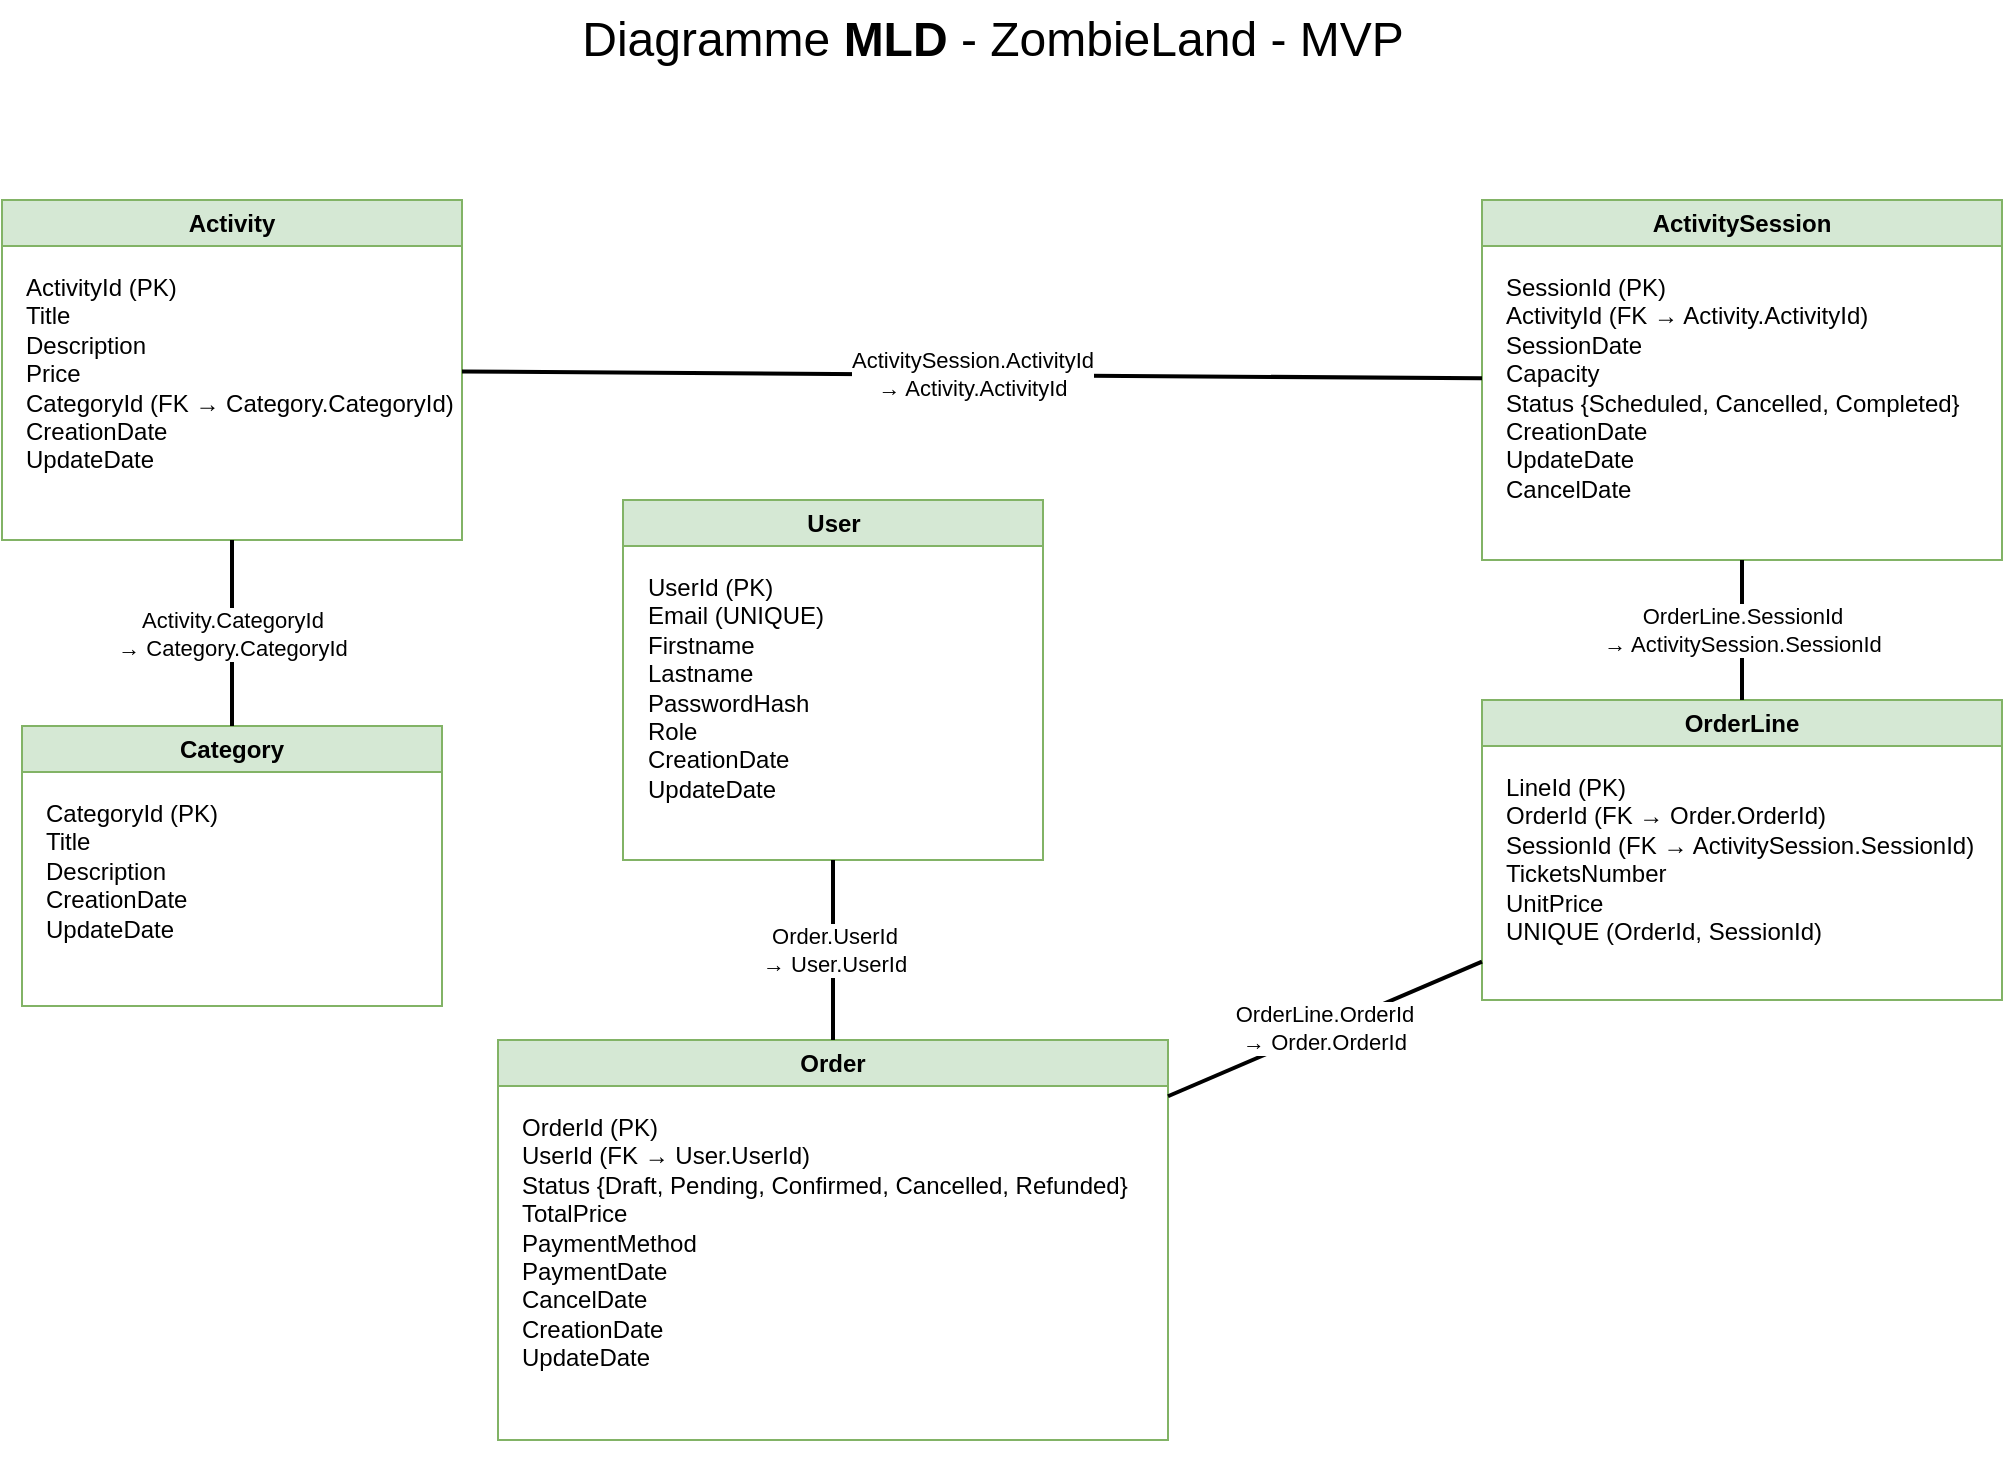
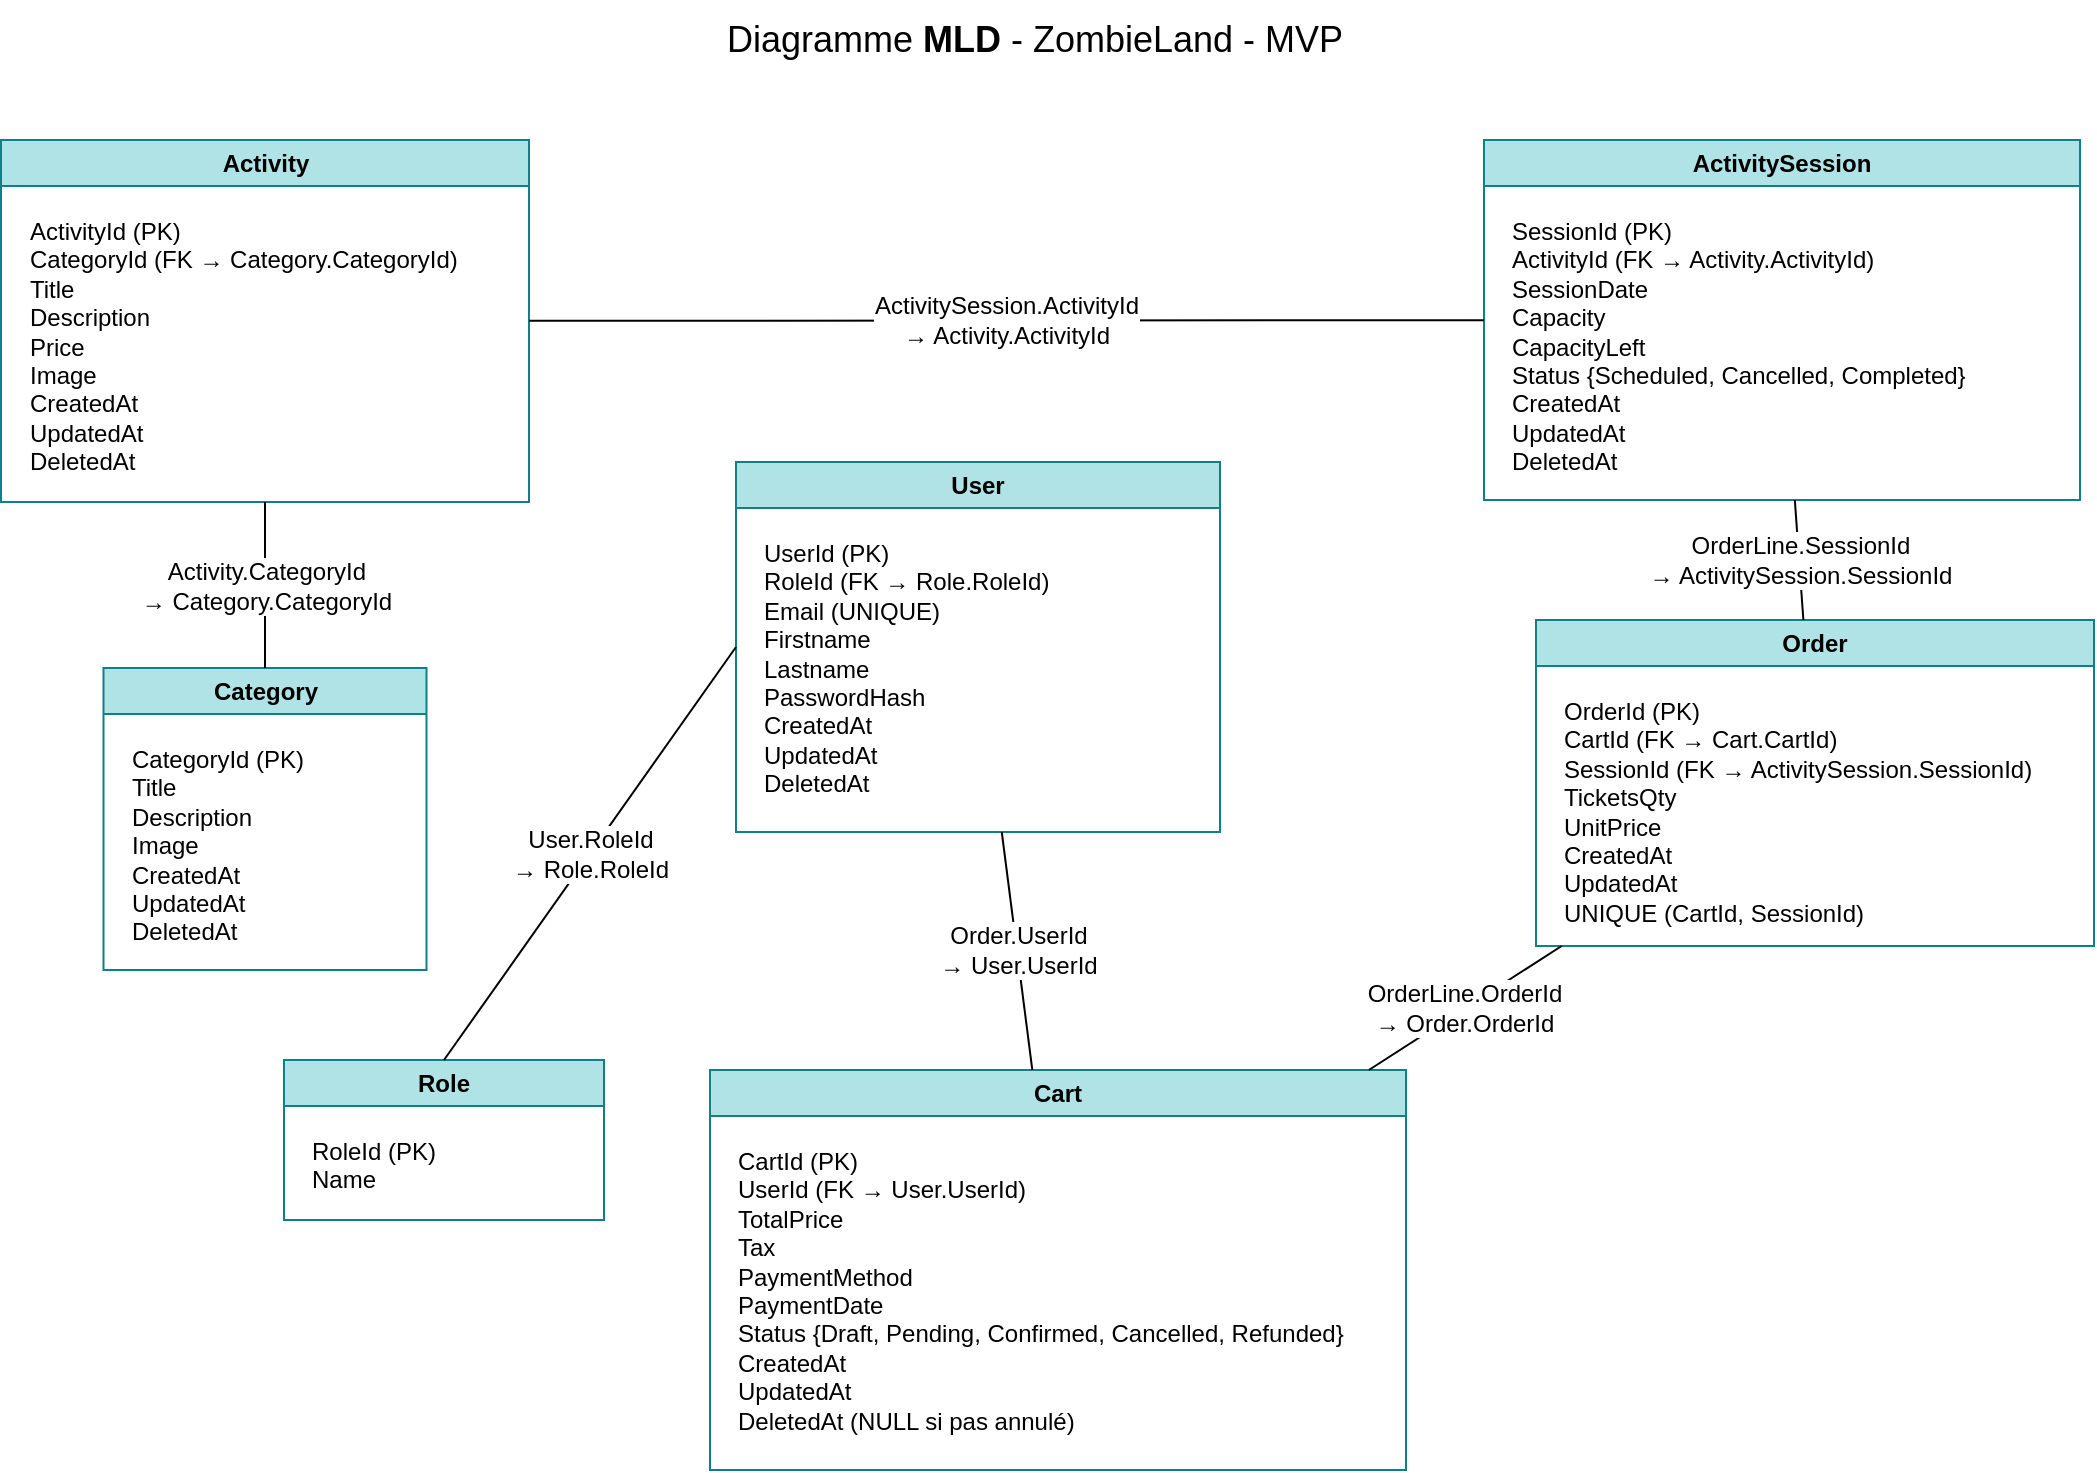
- <mxfile host="65bd71144e">
+ <mxfile host="65bd71144e" scale="1.5" border="30">
    <diagram id="fsbzk8zL0QScQSCVCOah" name="Page-1">
-         <mxGraphModel dx="1498" dy="1361" grid="1" gridSize="10" guides="1" tooltips="1" connect="1" arrows="1" fold="1" page="1" pageScale="1" pageWidth="1169" pageHeight="827" background="#ffffff" math="0" shadow="0">
+         <mxGraphModel dx="1119" dy="1157" grid="0" gridSize="10" guides="1" tooltips="1" connect="1" arrows="1" fold="1" page="1" pageScale="1" pageWidth="1169" pageHeight="827" background="#ffffff" math="0" shadow="0">
            <root>
                <mxCell id="0"/>
                <mxCell id="1" parent="0"/>
-                 <mxCell id="t0" value="&lt;span style=&quot;font-weight: normal;&quot;&gt;Diagramme &lt;/span&gt;MLD &lt;span style=&quot;font-weight: normal;&quot;&gt;- ZombieLand - MVP&lt;/span&gt;" style="text;strokeColor=none;fillColor=none;html=1;fontSize=24;fontStyle=1;verticalAlign=middle;align=center;" vertex="1" parent="1">
-                     <mxGeometry x="360" y="50" width="450" height="40" as="geometry"/>
+                 <mxCell id="t0" value="&lt;span style=&quot;font-weight: normal;&quot;&gt;Diagramme &lt;/span&gt;MLD &lt;span style=&quot;font-weight: normal;&quot;&gt;- ZombieLand - MVP&lt;/span&gt;" style="text;strokeColor=none;fillColor=none;html=1;fontSize=18;fontStyle=1;verticalAlign=middle;align=center;fontColor=#000000;fontFamily=Helvetica;" parent="1" vertex="1">
+                     <mxGeometry x="360" y="40" width="450" height="40" as="geometry"/>
                </mxCell>
-                 <mxCell id="c_tbl" value="Category" style="swimlane;whiteSpace=wrap;html=1;fillColor=#d5e8d4;strokeColor=#82b366;shadow=0;rounded=0;swimlaneLine=1;fontStyle=1;" vertex="1" parent="1">
-                     <mxGeometry x="100" y="413" width="210" height="140" as="geometry"/>
+                 <mxCell id="c_tbl" value="Category" style="swimlane;whiteSpace=wrap;html=1;fillColor=#b0e3e6;shadow=0;rounded=0;swimlaneLine=1;fontStyle=1;fontSize=12;align=center;fontFamily=Helvetica;strokeColor=#0e8088;" parent="1" vertex="1">
+                     <mxGeometry x="119.75" y="374" width="161.5" height="151" as="geometry"/>
                </mxCell>
-                 <mxCell id="c_cols" value="CategoryId (PK)&lt;br&gt;Title&lt;br&gt;Description&lt;br&gt;CreationDate&lt;br&gt;UpdateDate" style="text;html=1;align=left;verticalAlign=top;resizable=0;points=[];autosize=1;strokeColor=none;fillColor=none;" vertex="1" parent="c_tbl">
-                     <mxGeometry x="10" y="30" width="180" height="130" as="geometry"/>
+                 <mxCell id="c_cols" value="&lt;div&gt;&lt;font style=&quot;color: light-dark(rgb(0, 0, 0), rgb(0, 0, 0));&quot;&gt;CategoryId (PK)&lt;/font&gt;&lt;/div&gt;&lt;div&gt;&lt;font style=&quot;color: light-dark(rgb(0, 0, 0), rgb(0, 0, 0));&quot;&gt;Title&lt;/font&gt;&lt;/div&gt;&lt;div&gt;&lt;font style=&quot;color: light-dark(rgb(0, 0, 0), rgb(0, 0, 0));&quot;&gt;Description&lt;/font&gt;&lt;/div&gt;&lt;div&gt;&lt;font style=&quot;color: light-dark(rgb(0, 0, 0), rgb(0, 0, 0));&quot;&gt;Image&lt;/font&gt;&lt;/div&gt;&lt;div&gt;&lt;div style=&quot;color: rgb(63, 63, 63); scrollbar-color: rgb(226, 226, 226) rgb(251, 251, 251);&quot;&gt;&lt;font style=&quot;scrollbar-color: rgb(226, 226, 226) rgb(251, 251, 251); color: rgb(0, 0, 0);&quot;&gt;CreatedAt&amp;nbsp;&amp;nbsp;&lt;/font&gt;&lt;/div&gt;&lt;div style=&quot;color: rgb(63, 63, 63); scrollbar-color: rgb(226, 226, 226) rgb(251, 251, 251);&quot;&gt;&lt;font style=&quot;scrollbar-color: rgb(226, 226, 226) rgb(251, 251, 251); color: rgb(0, 0, 0);&quot;&gt;UpdatedAt&amp;nbsp;&amp;nbsp;&lt;/font&gt;&lt;/div&gt;&lt;div style=&quot;color: rgb(63, 63, 63); scrollbar-color: rgb(226, 226, 226) rgb(251, 251, 251);&quot;&gt;&lt;font style=&quot;scrollbar-color: rgb(226, 226, 226) rgb(251, 251, 251); color: rgb(0, 0, 0);&quot;&gt;DeletedAt&lt;/font&gt;&lt;/div&gt;&lt;/div&gt;" style="text;html=1;align=left;verticalAlign=top;resizable=0;points=[];autosize=1;strokeColor=none;fillColor=none;spacing=4;spacingTop=0;spacingLeft=0;horizontal=1;fontColor=#000000;fontSize=12;fontFamily=Helvetica;" parent="c_tbl" vertex="1">
+                     <mxGeometry x="10" y="30" width="106" height="115" as="geometry"/>
                </mxCell>
-                 <mxCell id="a_tbl" value="Activity" style="swimlane;whiteSpace=wrap;html=1;fillColor=#d5e8d4;strokeColor=#82b366;shadow=0;rounded=0;swimlaneLine=1;fontStyle=1;" vertex="1" parent="1">
-                     <mxGeometry x="90" y="150" width="230" height="170" as="geometry"/>
+                 <mxCell id="a_tbl" value="Activity" style="swimlane;whiteSpace=wrap;html=1;fillColor=#b0e3e6;shadow=0;rounded=0;swimlaneLine=1;fontStyle=1;fontSize=12;align=center;fontFamily=Helvetica;strokeColor=#0e8088;" parent="1" vertex="1">
+                     <mxGeometry x="68.5" y="110" width="264" height="181" as="geometry"/>
                </mxCell>
-                 <mxCell id="a_cols" value="ActivityId (PK)&lt;br&gt;Title&lt;br&gt;Description&lt;br&gt;Price&lt;br&gt;CategoryId (FK → Category.CategoryId)&lt;br&gt;CreationDate&lt;br&gt;UpdateDate" style="text;html=1;align=left;verticalAlign=top;resizable=0;points=[];autosize=1;strokeColor=none;fillColor=none;" vertex="1" parent="a_tbl">
-                     <mxGeometry x="10" y="30" width="210" height="160" as="geometry"/>
+                 <mxCell id="a_cols" value="&lt;div&gt;&lt;font style=&quot;color: rgb(0, 0, 0);&quot;&gt;ActivityId (PK)&lt;/font&gt;&lt;/div&gt;&lt;div&gt;&lt;font style=&quot;color: rgb(0, 0, 0);&quot;&gt;CategoryId (FK → Category.CategoryId)&lt;/font&gt;&lt;/div&gt;&lt;div&gt;&lt;font style=&quot;color: rgb(0, 0, 0);&quot;&gt;Title&lt;/font&gt;&lt;/div&gt;&lt;div&gt;&lt;font style=&quot;color: rgb(0, 0, 0);&quot;&gt;Description&lt;/font&gt;&lt;/div&gt;&lt;div&gt;&lt;font style=&quot;color: rgb(0, 0, 0);&quot;&gt;Price&lt;/font&gt;&lt;/div&gt;&lt;div&gt;&lt;font style=&quot;color: rgb(0, 0, 0);&quot;&gt;Image&lt;/font&gt;&lt;/div&gt;&lt;div&gt;&lt;font style=&quot;color: rgb(0, 0, 0);&quot;&gt;CreatedAt&lt;/font&gt;&lt;/div&gt;&lt;div&gt;&lt;font style=&quot;color: rgb(0, 0, 0);&quot;&gt;UpdatedAt&lt;/font&gt;&lt;/div&gt;&lt;div&gt;&lt;font style=&quot;color: rgb(0, 0, 0);&quot;&gt;DeletedAt&lt;/font&gt;&lt;/div&gt;" style="text;html=1;align=left;verticalAlign=top;resizable=0;points=[];autosize=1;strokeColor=none;fillColor=none;spacing=4;spacingTop=0;spacingLeft=0;horizontal=1;fontColor=#000000;fontSize=12;fontFamily=Helvetica;" parent="a_tbl" vertex="1">
+                     <mxGeometry x="10" y="30" width="234" height="144" as="geometry"/>
                </mxCell>
-                 <mxCell id="s_tbl" value="ActivitySession" style="swimlane;whiteSpace=wrap;html=1;fillColor=#d5e8d4;strokeColor=#82b366;shadow=0;rounded=0;swimlaneLine=1;fontStyle=1;" vertex="1" parent="1">
-                     <mxGeometry x="830" y="150" width="260" height="180" as="geometry"/>
+                 <mxCell id="s_tbl" value="ActivitySession" style="swimlane;whiteSpace=wrap;html=1;fillColor=#b0e3e6;shadow=0;rounded=0;swimlaneLine=1;fontStyle=1;fontSize=12;align=center;fontFamily=Helvetica;strokeColor=#0e8088;" parent="1" vertex="1">
+                     <mxGeometry x="810" y="110" width="298" height="180" as="geometry"/>
                </mxCell>
-                 <mxCell id="s_cols" value="SessionId (PK)&lt;br&gt;ActivityId (FK → Activity.ActivityId)&lt;br&gt;SessionDate&lt;br&gt;Capacity&lt;br&gt;Status {Scheduled, Cancelled, Completed}&lt;br&gt;CreationDate&lt;br&gt;UpdateDate&lt;br&gt;CancelDate" style="text;html=1;align=left;verticalAlign=top;resizable=0;points=[];autosize=1;strokeColor=none;fillColor=none;" vertex="1" parent="s_tbl">
-                     <mxGeometry x="10" y="30" width="240" height="180" as="geometry"/>
+                 <mxCell id="s_cols" value="&lt;div&gt;&lt;font color=&quot;#000000&quot;&gt;SessionId (PK)&lt;/font&gt;&lt;/div&gt;&lt;div&gt;&lt;font color=&quot;#000000&quot;&gt;ActivityId (FK → Activity.ActivityId)&lt;/font&gt;&lt;/div&gt;&lt;div&gt;&lt;font color=&quot;#000000&quot;&gt;SessionDate&lt;/font&gt;&lt;/div&gt;&lt;div&gt;&lt;font color=&quot;#000000&quot;&gt;Capacity&lt;/font&gt;&lt;/div&gt;&lt;div&gt;&lt;font color=&quot;#000000&quot;&gt;CapacityLeft&lt;/font&gt;&lt;/div&gt;&lt;div&gt;&lt;font color=&quot;#000000&quot;&gt;Status {Scheduled, Cancelled, Completed}&lt;/font&gt;&lt;/div&gt;&lt;div&gt;&lt;div style=&quot;color: rgb(63, 63, 63); scrollbar-color: rgb(226, 226, 226) rgb(251, 251, 251);&quot;&gt;&lt;font style=&quot;scrollbar-color: rgb(226, 226, 226) rgb(251, 251, 251); color: rgb(0, 0, 0);&quot;&gt;CreatedAt&lt;/font&gt;&lt;/div&gt;&lt;div style=&quot;color: rgb(63, 63, 63); scrollbar-color: rgb(226, 226, 226) rgb(251, 251, 251);&quot;&gt;&lt;font style=&quot;scrollbar-color: rgb(226, 226, 226) rgb(251, 251, 251); color: rgb(0, 0, 0);&quot;&gt;UpdatedAt&lt;/font&gt;&lt;/div&gt;&lt;div style=&quot;color: rgb(63, 63, 63); scrollbar-color: rgb(226, 226, 226) rgb(251, 251, 251);&quot;&gt;&lt;font style=&quot;scrollbar-color: rgb(226, 226, 226) rgb(251, 251, 251); color: rgb(0, 0, 0);&quot;&gt;DeletedAt&lt;/font&gt;&lt;/div&gt;&lt;/div&gt;" style="text;html=1;align=left;verticalAlign=top;resizable=0;points=[];autosize=1;strokeColor=none;fillColor=none;spacing=4;spacingTop=0;spacingLeft=0;horizontal=1;fontColor=#000000;fontSize=12;fontFamily=Helvetica;" parent="s_tbl" vertex="1">
+                     <mxGeometry x="10" y="30" width="247" height="144" as="geometry"/>
                </mxCell>
-                 <mxCell id="o_tbl" value="Order" style="swimlane;whiteSpace=wrap;html=1;fillColor=#d5e8d4;strokeColor=#82b366;shadow=0;rounded=0;swimlaneLine=1;fontStyle=1;" vertex="1" parent="1">
-                     <mxGeometry x="338" y="570" width="335" height="200" as="geometry"/>
+                 <mxCell id="o_tbl" value="Cart" style="swimlane;whiteSpace=wrap;html=1;fillColor=#b0e3e6;shadow=0;rounded=0;swimlaneLine=1;fontStyle=1;fontSize=12;align=center;fontFamily=Helvetica;strokeColor=#0e8088;" parent="1" vertex="1">
+                     <mxGeometry x="423" y="575" width="348" height="200" as="geometry"/>
                </mxCell>
-                 <mxCell id="o_cols" value="OrderId (PK)&lt;br&gt;UserId (FK → User.UserId)&lt;br&gt;Status {Draft, Pending, Confirmed, Cancelled, Refunded}&lt;br&gt;TotalPrice&lt;br&gt;PaymentMethod&lt;br&gt;PaymentDate&lt;br&gt;CancelDate&lt;br&gt;CreationDate&lt;br&gt;UpdateDate" style="text;html=1;align=left;verticalAlign=top;resizable=0;points=[];autosize=1;strokeColor=none;fillColor=none;" vertex="1" parent="o_tbl">
-                     <mxGeometry x="10" y="30" width="240" height="190" as="geometry"/>
+                 <mxCell id="o_cols" value="&lt;div&gt;&lt;font color=&quot;#000000&quot;&gt;CartId (PK)&lt;/font&gt;&lt;/div&gt;&lt;div&gt;&lt;font color=&quot;#000000&quot;&gt;UserId (FK → User.UserId)&lt;/font&gt;&lt;/div&gt;&lt;div&gt;&lt;font color=&quot;#000000&quot;&gt;TotalPrice&lt;/font&gt;&lt;/div&gt;&lt;div&gt;&lt;font color=&quot;#000000&quot;&gt;Tax&lt;/font&gt;&lt;/div&gt;&lt;div&gt;&lt;font color=&quot;#000000&quot;&gt;PaymentMethod&lt;/font&gt;&lt;/div&gt;&lt;div&gt;&lt;font color=&quot;#000000&quot;&gt;PaymentDate&lt;/font&gt;&lt;/div&gt;&lt;div&gt;&lt;font color=&quot;#000000&quot;&gt;Status {Draft, Pending, Confirmed, Cancelled, Refunded}&lt;/font&gt;&lt;/div&gt;&lt;div&gt;&lt;font color=&quot;#000000&quot;&gt;CreatedAt&lt;/font&gt;&lt;/div&gt;&lt;div&gt;&lt;font color=&quot;#000000&quot;&gt;UpdatedAt&lt;/font&gt;&lt;/div&gt;&lt;div&gt;&lt;font color=&quot;#000000&quot;&gt;DeletedAt (NULL si pas annulé)&lt;/font&gt;&lt;/div&gt;" style="text;html=1;align=left;verticalAlign=top;resizable=0;points=[];autosize=1;strokeColor=none;fillColor=none;spacing=4;spacingTop=0;spacingLeft=0;horizontal=1;fontColor=#000000;fontSize=12;fontFamily=Helvetica;" parent="o_tbl" vertex="1">
+                     <mxGeometry x="10" y="30" width="323" height="158" as="geometry"/>
                </mxCell>
-                 <mxCell id="ol_tbl" value="OrderLine" style="swimlane;whiteSpace=wrap;html=1;fillColor=#d5e8d4;strokeColor=#82b366;shadow=0;rounded=0;swimlaneLine=1;fontStyle=1;" vertex="1" parent="1">
-                     <mxGeometry x="830" y="400" width="260" height="150" as="geometry"/>
+                 <mxCell id="ol_tbl" value="Order" style="swimlane;whiteSpace=wrap;html=1;fillColor=#b0e3e6;shadow=0;rounded=0;swimlaneLine=1;fontStyle=1;fontSize=12;align=center;fontFamily=Helvetica;strokeColor=#0e8088;" parent="1" vertex="1">
+                     <mxGeometry x="836" y="350" width="279" height="163" as="geometry"/>
                </mxCell>
-                 <mxCell id="ol_cols" value="LineId (PK)&lt;br&gt;OrderId (FK → Order.OrderId)&lt;br&gt;SessionId (FK → ActivitySession.SessionId)&lt;br&gt;TicketsNumber&lt;br&gt;UnitPrice&lt;br&gt;UNIQUE (OrderId, SessionId)" style="text;html=1;align=left;verticalAlign=top;resizable=0;points=[];autosize=1;strokeColor=none;fillColor=none;" vertex="1" parent="ol_tbl">
-                     <mxGeometry x="10" y="30" width="240" height="140" as="geometry"/>
+                 <mxCell id="ol_cols" value="&lt;div&gt;&lt;font color=&quot;#000000&quot;&gt;OrderId (PK)&lt;/font&gt;&lt;/div&gt;&lt;div&gt;&lt;font color=&quot;#000000&quot;&gt;CartId (FK → Cart.CartId)&lt;/font&gt;&lt;/div&gt;&lt;div&gt;&lt;font color=&quot;#000000&quot;&gt;SessionId (FK → ActivitySession.SessionId)&lt;/font&gt;&lt;/div&gt;&lt;div&gt;&lt;font color=&quot;#000000&quot;&gt;TicketsQty&lt;/font&gt;&lt;/div&gt;&lt;div&gt;&lt;font color=&quot;#000000&quot;&gt;UnitPrice&lt;/font&gt;&lt;/div&gt;&lt;div&gt;&lt;font color=&quot;#000000&quot;&gt;CreatedAt&lt;/font&gt;&lt;/div&gt;&lt;div&gt;&lt;font color=&quot;#000000&quot;&gt;UpdatedAt&lt;/font&gt;&lt;/div&gt;&lt;div&gt;&lt;font color=&quot;#000000&quot;&gt;UNIQUE (CartId, SessionId)&lt;/font&gt;&lt;/div&gt;" style="text;html=1;align=left;verticalAlign=top;resizable=0;points=[];autosize=1;strokeColor=none;fillColor=none;spacing=4;spacingTop=0;spacingLeft=0;horizontal=1;fontColor=#000000;fontSize=12;fontFamily=Helvetica;" parent="ol_tbl" vertex="1">
+                     <mxGeometry x="10" y="30" width="254" height="129" as="geometry"/>
                </mxCell>
-                 <mxCell id="e_act_cat" value="Activity.CategoryId &lt;br&gt;→ Category.CategoryId" style="endArrow=none;html=1;strokeWidth=2;rounded=0;" edge="1" parent="1" source="a_tbl" target="c_tbl">
+                 <mxCell id="e_act_cat" value="Activity.CategoryId &lt;br&gt;→ Category.CategoryId" style="endArrow=none;html=1;strokeWidth=1;rounded=0;fontColor=#000000;fontFamily=Helvetica;fontSize=12;" parent="1" source="a_tbl" target="c_tbl" edge="1">
                    <mxGeometry relative="1" as="geometry">
-                         <mxPoint x="431" y="470" as="sourcePoint"/>
-                         <mxPoint x="391" y="520" as="targetPoint"/>
+                         <mxPoint x="401" y="430" as="sourcePoint"/>
+                         <mxPoint x="361" y="480" as="targetPoint"/>
                    </mxGeometry>
                </mxCell>
-                 <mxCell id="e_sess_act" value="ActivitySession.ActivityId &lt;br&gt;→ Activity.ActivityId" style="endArrow=none;html=1;strokeWidth=2;rounded=0;" edge="1" parent="1" source="s_tbl" target="a_tbl">
+                 <mxCell id="e_sess_act" value="ActivitySession.ActivityId &lt;br&gt;→ Activity.ActivityId" style="endArrow=none;html=1;strokeWidth=1;rounded=0;fontColor=#000000;fontFamily=Helvetica;fontSize=12;" parent="1" source="s_tbl" target="a_tbl" edge="1">
                    <mxGeometry relative="1" as="geometry">
-                         <mxPoint x="821" y="390" as="sourcePoint"/>
-                         <mxPoint x="771" y="430" as="targetPoint"/>
+                         <mxPoint x="791" y="350" as="sourcePoint"/>
+                         <mxPoint x="741" y="390" as="targetPoint"/>
                    </mxGeometry>
                </mxCell>
-                 <mxCell id="e_ol_order" value="OrderLine.OrderId &lt;br&gt;→ Order.OrderId" style="endArrow=none;html=1;strokeWidth=2;rounded=0;" edge="1" parent="1" source="ol_tbl" target="o_tbl">
+                 <mxCell id="e_ol_order" value="OrderLine.OrderId &lt;br&gt;→ Order.OrderId" style="endArrow=none;html=1;strokeWidth=1;rounded=0;fontColor=#000000;fontFamily=Helvetica;fontSize=12;" parent="1" source="ol_tbl" target="o_tbl" edge="1">
                    <mxGeometry relative="1" as="geometry">
-                         <mxPoint x="591" y="610" as="sourcePoint"/>
-                         <mxPoint x="591" y="360" as="targetPoint"/>
+                         <mxPoint x="561" y="570" as="sourcePoint"/>
+                         <mxPoint x="561" y="320" as="targetPoint"/>
                    </mxGeometry>
                </mxCell>
-                 <mxCell id="e_ol_sess" value="OrderLine.SessionId &lt;br&gt;→ ActivitySession.SessionId" style="endArrow=none;html=1;strokeWidth=2;rounded=0;" edge="1" parent="1" source="ol_tbl" target="s_tbl">
+                 <mxCell id="e_ol_sess" value="OrderLine.SessionId &lt;br&gt;→ ActivitySession.SessionId" style="endArrow=none;html=1;strokeWidth=1;rounded=0;fontColor=#000000;fontFamily=Helvetica;fontSize=12;" parent="1" source="ol_tbl" target="s_tbl" edge="1">
                    <mxGeometry relative="1" as="geometry">
-                         <mxPoint x="841" y="650" as="sourcePoint"/>
-                         <mxPoint x="991" y="540" as="targetPoint"/>
+                         <mxPoint x="821" y="610" as="sourcePoint"/>
+                         <mxPoint x="971" y="500" as="targetPoint"/>
                    </mxGeometry>
                </mxCell>
-                 <mxCell id="u_tbl" value="User" style="swimlane;whiteSpace=wrap;html=1;fillColor=#d5e8d4;strokeColor=#82b366;shadow=0;rounded=0;swimlaneLine=1;fontStyle=1;" vertex="1" parent="1">
-                     <mxGeometry x="400.5" y="300" width="210" height="180" as="geometry"/>
+                 <mxCell id="u_tbl" value="User" style="swimlane;whiteSpace=wrap;html=1;fillColor=#b0e3e6;shadow=0;rounded=0;swimlaneLine=1;fontStyle=1;fontSize=12;align=center;fontFamily=Helvetica;strokeColor=#0e8088;" parent="1" vertex="1">
+                     <mxGeometry x="436" y="271" width="242" height="185" as="geometry"/>
                </mxCell>
-                 <mxCell id="u_cols" value="UserId (PK)&lt;br&gt;Email (UNIQUE)&lt;br&gt;Firstname&lt;br&gt;Lastname&lt;br&gt;PasswordHash&lt;br&gt;Role&lt;br&gt;CreationDate&lt;br&gt;UpdateDate" style="text;html=1;align=left;verticalAlign=top;resizable=0;points=[];autosize=1;strokeColor=none;fillColor=none;" vertex="1" parent="u_tbl">
-                     <mxGeometry x="10" y="30" width="180" height="170" as="geometry"/>
+                 <mxCell id="u_cols" value="UserId (PK) &amp;nbsp;&lt;br&gt;RoleId (FK → Role.RoleId) &amp;nbsp;&lt;br&gt;Email (UNIQUE) &amp;nbsp;&lt;br&gt;Firstname &amp;nbsp;&lt;br&gt;Lastname &amp;nbsp;&lt;br&gt;PasswordHash &amp;nbsp;&lt;br&gt;CreatedAt &amp;nbsp;&lt;br&gt;UpdatedAt &amp;nbsp;&lt;br&gt;DeletedAt" style="text;html=1;align=left;verticalAlign=top;resizable=0;points=[];autosize=1;strokeColor=none;fillColor=none;spacing=4;spacingTop=0;spacingLeft=0;horizontal=1;fontColor=#000000;fontSize=12;fontFamily=Helvetica;" parent="u_tbl" vertex="1">
+                     <mxGeometry x="10" y="30" width="169" height="144" as="geometry"/>
                </mxCell>
-                 <mxCell id="e_order_user" value="Order.UserId &lt;br&gt;→ User.UserId" style="endArrow=none;html=1;strokeWidth=2;rounded=0;" edge="1" parent="1" source="o_tbl" target="u_tbl">
+                 <mxCell id="e_order_user" value="Order.UserId &lt;br&gt;→ User.UserId" style="endArrow=none;html=1;strokeWidth=1;rounded=0;fontColor=#000000;fontFamily=Helvetica;fontSize=12;" parent="1" source="o_tbl" target="u_tbl" edge="1">
                    <mxGeometry relative="1" as="geometry">
-                         <mxPoint x="321" y="520" as="sourcePoint"/>
-                         <mxPoint x="141" y="520" as="targetPoint"/>
+                         <mxPoint x="291" y="480" as="sourcePoint"/>
+                         <mxPoint x="111" y="480" as="targetPoint"/>
+                     </mxGeometry>
+                 </mxCell>
+                 <mxCell id="2" value="Role" style="swimlane;whiteSpace=wrap;html=1;fillColor=#b0e3e6;shadow=0;rounded=0;swimlaneLine=1;fontStyle=1;fontSize=12;align=center;fontFamily=Helvetica;strokeColor=#0e8088;" vertex="1" parent="1">
+                     <mxGeometry x="210" y="570" width="160" height="80" as="geometry"/>
+                 </mxCell>
+                 <mxCell id="3" value="RoleId (PK) &amp;nbsp;&lt;br&gt;Name" style="text;html=1;align=left;verticalAlign=top;resizable=0;points=[];autosize=1;strokeColor=none;fillColor=none;spacing=4;spacingTop=0;spacingLeft=0;horizontal=1;fontColor=#000000;fontSize=12;fontFamily=Helvetica;" vertex="1" parent="2">
+                     <mxGeometry x="10" y="30" width="89" height="43" as="geometry"/>
+                 </mxCell>
+                 <mxCell id="4" value="User.RoleId &lt;br&gt;→ Role.RoleId" style="endArrow=none;html=1;strokeWidth=1;rounded=0;exitX=0;exitY=0.5;exitDx=0;exitDy=0;entryX=0.5;entryY=0;entryDx=0;entryDy=0;fontColor=#000000;fontFamily=Helvetica;fontSize=12;" edge="1" parent="1" source="u_tbl" target="2">
+                     <mxGeometry relative="1" as="geometry">
+                         <mxPoint x="350" y="409" as="sourcePoint"/>
+                         <mxPoint x="346" y="502" as="targetPoint"/>
                    </mxGeometry>
                </mxCell>
            </root>
        </mxGraphModel>
    </diagram>
</mxfile>